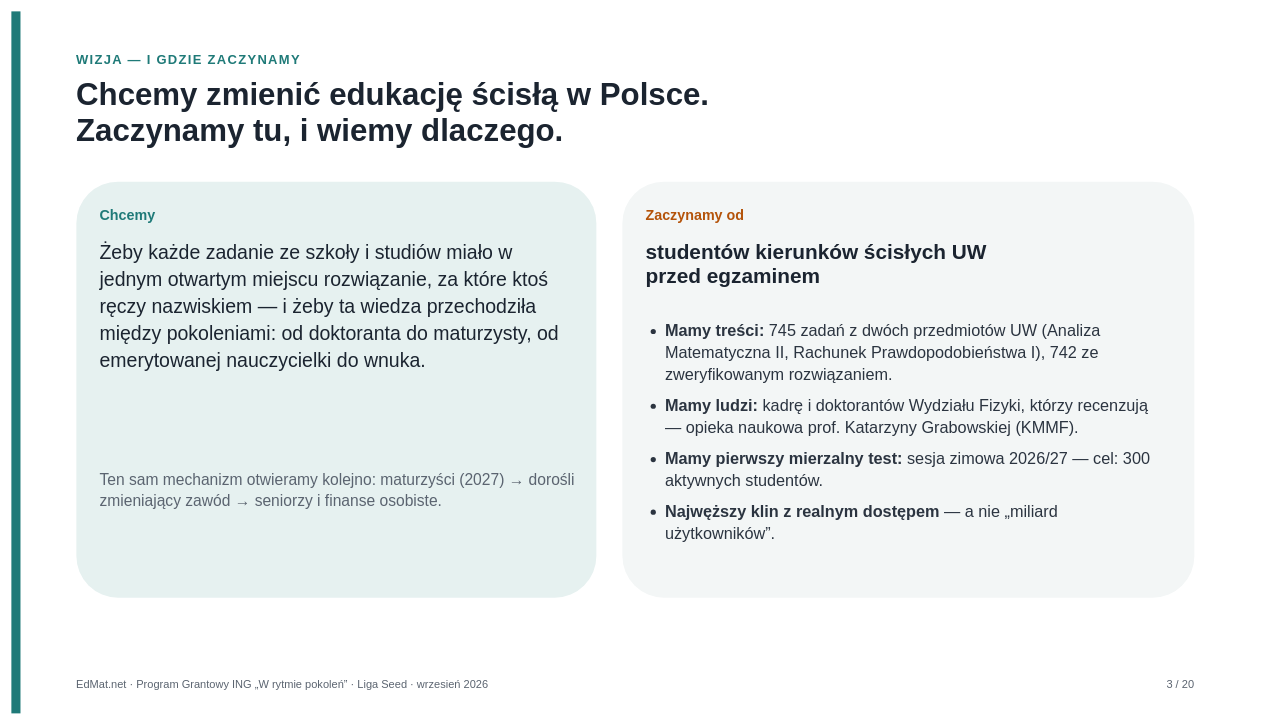
Above: page "3 Wizja i start" (3 of 20) of grant/ING-2026/EdMat-ING-2026.drawio in tryingtodosth/edmat (draw.io), before the change. Source tidied: cells renumbered, new cells numbered last; positions are measured from the earlier drawing's top-left corner, leaving out a move shared by most shapes. Both pictures are drawn from the tidied source at 65%, with x=0, y=0 at pixel (11, 11).
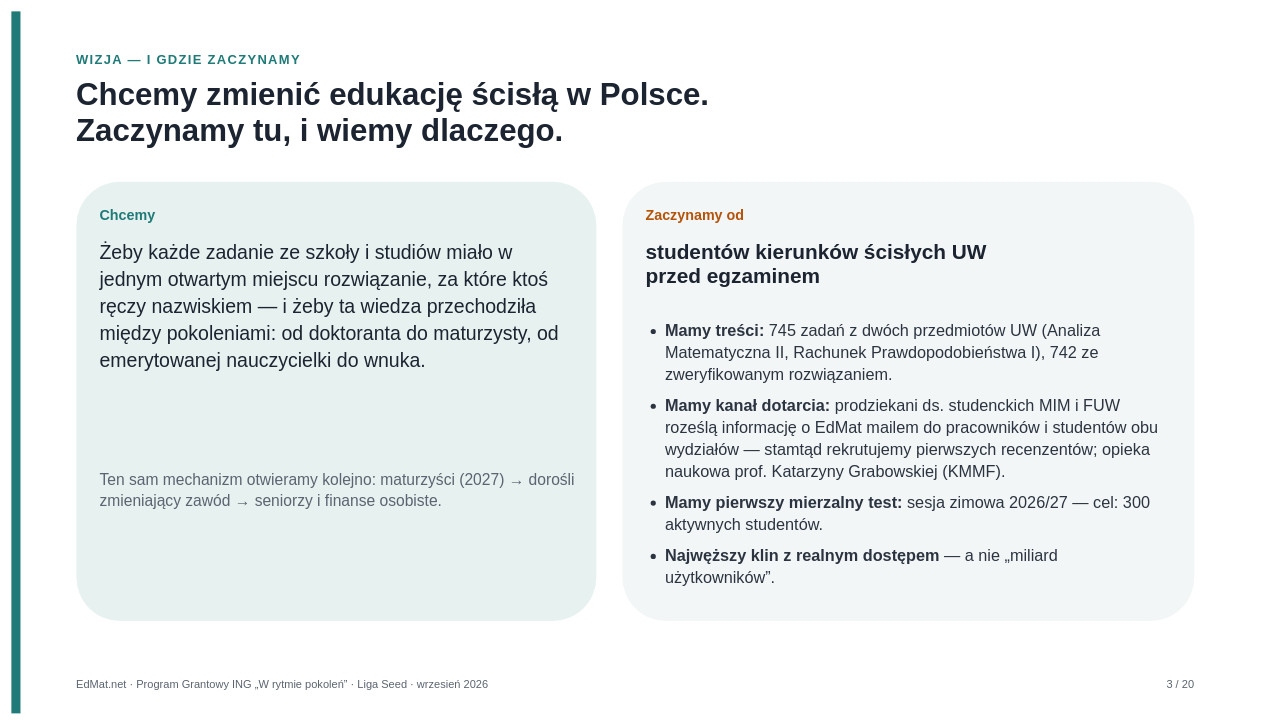
The same diagram, later.

The edit, as a diff of the source:
```diff
@@
 <mxGraphModel background="#ffffff">
   <root>
     <mxCell id="0" />
     <mxCell id="1" parent="0" />
     <mxCell id="2" style="rounded=0;whiteSpace=wrap;html=1;fillColor=#ffffff;strokeColor=none;" parent="1" vertex="1">
       <mxGeometry width="1920" height="1080" as="geometry" />
     </mxCell>
     <mxCell id="3" style="rounded=0;whiteSpace=wrap;html=1;fillColor=#1F7A78;strokeColor=none;" parent="1" vertex="1">
       <mxGeometry width="14" height="1080" as="geometry" />
     </mxCell>
     <mxCell id="4" value="&lt;span style=&quot;letter-spacing:2px&quot;&gt;WIZJA — I GDZIE ZACZYNAMY&lt;/span&gt;" style="text;html=1;strokeColor=none;fillColor=none;align=left;verticalAlign=top;whiteSpace=wrap;overflow=visible;fontFamily=Helvetica;fontSize=20;fontColor=#1F7A78;fontStyle=1;spacing=0;spacingTop=0;spacingLeft=0;spacingRight=0;spacingBottom=0;" parent="1" vertex="1">
       <mxGeometry x="100" y="58" width="1720" height="34" as="geometry" />
     </mxCell>
     <mxCell id="5" value="&lt;div style=&quot;line-height:1.15&quot;&gt;Chcemy zmienić edukację ścisłą w Polsce.&lt;br&gt;Zaczynamy tu, i wiemy dlaczego.&lt;/div&gt;" style="text;html=1;strokeColor=none;fillColor=none;align=left;verticalAlign=top;whiteSpace=wrap;overflow=visible;fontFamily=Helvetica;fontSize=48;fontColor=#1B2430;fontStyle=1;spacing=0;spacingTop=0;spacingLeft=0;spacingRight=0;spacingBottom=0;" parent="1" vertex="1">
       <mxGeometry x="100" y="96" width="1720" height="120" as="geometry" />
     </mxCell>
     <mxCell id="6" style="rounded=1;arcSize=10;whiteSpace=wrap;html=1;fillColor=#E6F1F0;strokeColor=none;strokeWidth=1;fontFamily=Helvetica;" parent="1" vertex="1">
-      <mxGeometry x="100" y="262" width="800" height="640" as="geometry" />
+      <mxGeometry x="100" y="262" width="800" height="676" as="geometry" />
     </mxCell>
     <mxCell id="7" value="&lt;div style=&quot;line-height:1.3&quot;&gt;Chcemy&lt;/div&gt;" style="text;html=1;strokeColor=none;fillColor=none;align=left;verticalAlign=top;whiteSpace=wrap;overflow=visible;fontFamily=Helvetica;fontSize=22;fontColor=#1F7A78;fontStyle=1;spacing=0;spacingTop=0;spacingLeft=0;spacingRight=0;spacingBottom=0;" parent="1" vertex="1">
       <mxGeometry x="136" y="296" width="730" height="60" as="geometry" />
     </mxCell>
     <mxCell id="8" value="&lt;div style=&quot;line-height:1.38&quot;&gt;Żeby każde zadanie ze szkoły i studiów miało w jednym otwartym miejscu rozwiązanie, za które ktoś ręczy nazwiskiem — i żeby ta wiedza przechodziła między pokoleniami: od doktoranta do maturzysty, od emerytowanej nauczycielki do wnuka.&lt;/div&gt;" style="text;html=1;strokeColor=none;fillColor=none;align=left;verticalAlign=top;whiteSpace=wrap;overflow=visible;fontFamily=Helvetica;fontSize=30;fontColor=#1B2430;fontStyle=0;spacing=0;spacingTop=0;spacingLeft=0;spacingRight=0;spacingBottom=0;" parent="1" vertex="1">
       <mxGeometry x="136" y="346" width="730" height="300" as="geometry" />
     </mxCell>
     <mxCell id="9" value="&lt;div style=&quot;line-height:1.35&quot;&gt;&lt;span style=&quot;color:#5B6470&quot;&gt;Ten sam mechanizm otwieramy kolejno: maturzyści (2027) → dorośli zmieniający zawód → seniorzy i finanse osobiste.&lt;/span&gt;&lt;/div&gt;" style="text;html=1;strokeColor=none;fillColor=none;align=left;verticalAlign=top;whiteSpace=wrap;overflow=visible;fontFamily=Helvetica;fontSize=24;fontColor=#2B3440;fontStyle=0;spacing=0;spacingTop=0;spacingLeft=0;spacingRight=0;spacingBottom=0;" parent="1" vertex="1">
       <mxGeometry x="136" y="700" width="730" height="170" as="geometry" />
     </mxCell>
     <mxCell id="10" style="rounded=1;arcSize=10;whiteSpace=wrap;html=1;fillColor=#F3F6F6;strokeColor=none;strokeWidth=1;fontFamily=Helvetica;" parent="1" vertex="1">
-      <mxGeometry x="940" y="262" width="880" height="640" as="geometry" />
+      <mxGeometry x="940" y="262" width="880" height="676" as="geometry" />
     </mxCell>
     <mxCell id="11" value="&lt;div style=&quot;line-height:1.3&quot;&gt;Zaczynamy od&lt;/div&gt;" style="text;html=1;strokeColor=none;fillColor=none;align=left;verticalAlign=top;whiteSpace=wrap;overflow=visible;fontFamily=Helvetica;fontSize=22;fontColor=#B4530A;fontStyle=1;spacing=0;spacingTop=0;spacingLeft=0;spacingRight=0;spacingBottom=0;" parent="1" vertex="1">
       <mxGeometry x="976" y="296" width="800" height="60" as="geometry" />
     </mxCell>
     <mxCell id="12" value="&lt;div style=&quot;line-height:1.2&quot;&gt;studentów kierunków ścisłych UW&lt;br&gt;przed egzaminem&lt;/div&gt;" style="text;html=1;strokeColor=none;fillColor=none;align=left;verticalAlign=top;whiteSpace=wrap;overflow=visible;fontFamily=Helvetica;fontSize=32;fontColor=#1B2430;fontStyle=1;spacing=0;spacingTop=0;spacingLeft=0;spacingRight=0;spacingBottom=0;" parent="1" vertex="1">
       <mxGeometry x="976" y="346" width="800" height="110" as="geometry" />
     </mxCell>
-    <mxCell id="13" value="&lt;div style=&quot;line-height:1.35&quot;&gt;&lt;ul style=&quot;margin:0;padding-left:30px&quot;&gt;&lt;li style=&quot;margin:0 0 14px 0&quot;&gt;&lt;b&gt;Mamy treści:&lt;/b&gt; 745 zadań z dwóch przedmiotów UW (Analiza Matematyczna II, Rachunek Prawdopodobieństwa I), 742 ze zweryfikowanym rozwiązaniem.&lt;/li&gt;&lt;li style=&quot;margin:0 0 14px 0&quot;&gt;&lt;b&gt;Mamy ludzi:&lt;/b&gt; kadrę i doktorantów Wydziału Fizyki, którzy recenzują — opieka naukowa prof. Katarzyny Grabowskiej (KMMF).&lt;/li&gt;&lt;li style=&quot;margin:0 0 14px 0&quot;&gt;&lt;b&gt;Mamy pierwszy mierzalny test:&lt;/b&gt; sesja zimowa 2026/27 — cel: 300 aktywnych studentów.&lt;/li&gt;&lt;li style=&quot;margin:0 0 14px 0&quot;&gt;&lt;b&gt;Najwęższy klin z realnym dostępem&lt;/b&gt; — a nie „miliard użytkowników”.&lt;/li&gt;&lt;/ul&gt;&lt;/div&gt;" style="text;html=1;strokeColor=none;fillColor=none;align=left;verticalAlign=top;whiteSpace=wrap;overflow=visible;fontFamily=Helvetica;fontSize=25;fontColor=#2B3440;fontStyle=0;spacing=0;spacingTop=0;spacingLeft=0;spacingRight=0;spacingBottom=0;" parent="1" vertex="1">
-      <mxGeometry x="976" y="470" width="800" height="420" as="geometry" />
+    <mxCell id="13" value="&lt;div style=&quot;line-height:1.35&quot;&gt;&lt;ul style=&quot;margin:0;padding-left:30px&quot;&gt;&lt;li style=&quot;margin:0 0 14px 0&quot;&gt;&lt;b&gt;Mamy treści:&lt;/b&gt; 745 zadań z dwóch przedmiotów UW (Analiza Matematyczna II, Rachunek Prawdopodobieństwa I), 742 ze zweryfikowanym rozwiązaniem.&lt;/li&gt;&lt;li style=&quot;margin:0 0 14px 0&quot;&gt;&lt;b&gt;Mamy kanał dotarcia:&lt;/b&gt; prodziekani ds. studenckich MIM i FUW roześlą informację o EdMat mailem do pracowników i studentów obu wydziałów — stamtąd rekrutujemy pierwszych recenzentów; opieka naukowa prof. Katarzyny Grabowskiej (KMMF).&lt;/li&gt;&lt;li style=&quot;margin:0 0 14px 0&quot;&gt;&lt;b&gt;Mamy pierwszy mierzalny test:&lt;/b&gt; sesja zimowa 2026/27 — cel: 300 aktywnych studentów.&lt;/li&gt;&lt;li style=&quot;margin:0 0 14px 0&quot;&gt;&lt;b&gt;Najwęższy klin z realnym dostępem&lt;/b&gt; — a nie „miliard użytkowników”.&lt;/li&gt;&lt;/ul&gt;&lt;/div&gt;" style="text;html=1;strokeColor=none;fillColor=none;align=left;verticalAlign=top;whiteSpace=wrap;overflow=visible;fontFamily=Helvetica;fontSize=25;fontColor=#2B3440;fontStyle=0;spacing=0;spacingTop=0;spacingLeft=0;spacingRight=0;spacingBottom=0;" parent="1" vertex="1">
+      <mxGeometry x="976" y="470" width="800" height="456" as="geometry" />
     </mxCell>
     <mxCell id="14" value="EdMat.net · Program Grantowy ING „W rytmie pokoleń” · Liga Seed · wrzesień 2026" style="text;html=1;strokeColor=none;fillColor=none;align=left;verticalAlign=top;whiteSpace=wrap;overflow=visible;fontFamily=Helvetica;fontSize=17;fontColor=#5B6470;fontStyle=0;spacing=0;spacingTop=0;spacingLeft=0;spacingRight=0;spacingBottom=0;" parent="1" vertex="1">
       <mxGeometry x="100" y="1022" width="1300" height="30" as="geometry" />
     </mxCell>
     <mxCell id="15" value="3 / 20" style="text;html=1;strokeColor=none;fillColor=none;align=right;verticalAlign=top;whiteSpace=wrap;overflow=visible;fontFamily=Helvetica;fontSize=17;fontColor=#5B6470;fontStyle=0;spacing=0;spacingTop=0;spacingLeft=0;spacingRight=0;spacingBottom=0;" parent="1" vertex="1">
       <mxGeometry x="1620" y="1022" width="200" height="30" as="geometry" />
     </mxCell>
   </root>
 </mxGraphModel>
```
